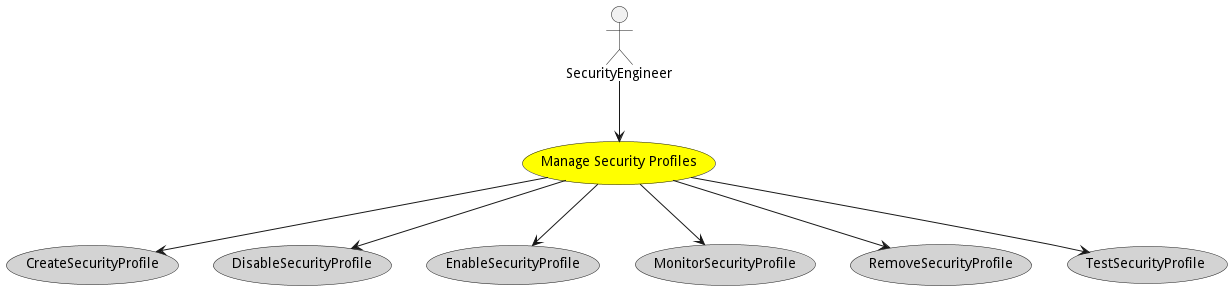
The PlantUML diagram docs/edgemere/sa/spm/usecases/managesecurityprofiles/Activities.png in madajaju/edgemere, before a commit. The source it was exported from:
```plantuml
@startuml


usecase "Manage Security Profiles" as ManageSecurityProfiles #yellow

Actor "SecurityEngineer" as SecurityEngineer

SecurityEngineer --> ManageSecurityProfiles



usecase "CreateSecurityProfile" as CreateSecurityProfile #lightgrey

ManageSecurityProfiles --> CreateSecurityProfile

usecase "DisableSecurityProfile" as DisableSecurityProfile #lightgrey

ManageSecurityProfiles --> DisableSecurityProfile

usecase "EnableSecurityProfile" as EnableSecurityProfile #lightgrey

ManageSecurityProfiles --> EnableSecurityProfile

usecase "MonitorSecurityProfile" as MonitorSecurityProfile #lightgrey

ManageSecurityProfiles --> MonitorSecurityProfile

usecase "RemoveSecurityProfile" as RemoveSecurityProfile #lightgrey

ManageSecurityProfiles --> RemoveSecurityProfile

usecase "TestSecurityProfile" as TestSecurityProfile #lightgrey

ManageSecurityProfiles --> TestSecurityProfile









@enduml
```
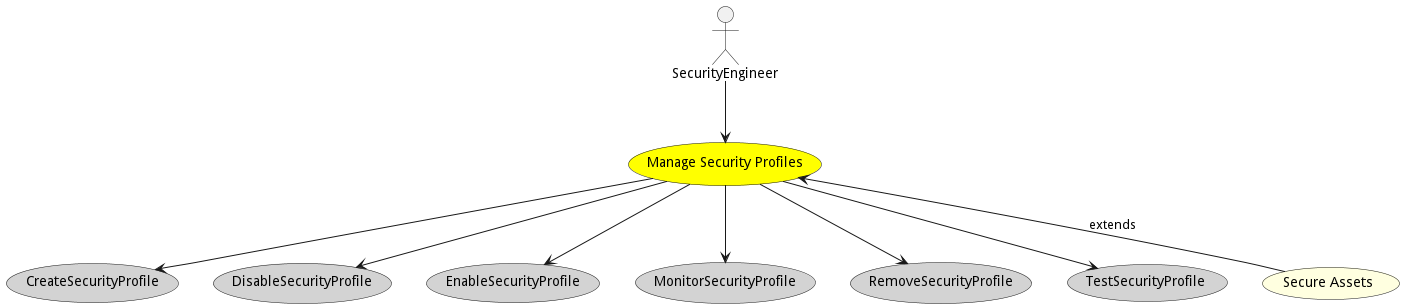
The same diagram one commit later.

Diff of the diagram source:
```diff
@@ -35,6 +35,10 @@
 
 
 
+usecase "Secure Assets" as SecureAssets #lightyellow
+
+ManageSecurityProfiles <-- SecureAssets : extends
+
 
 
 
```
